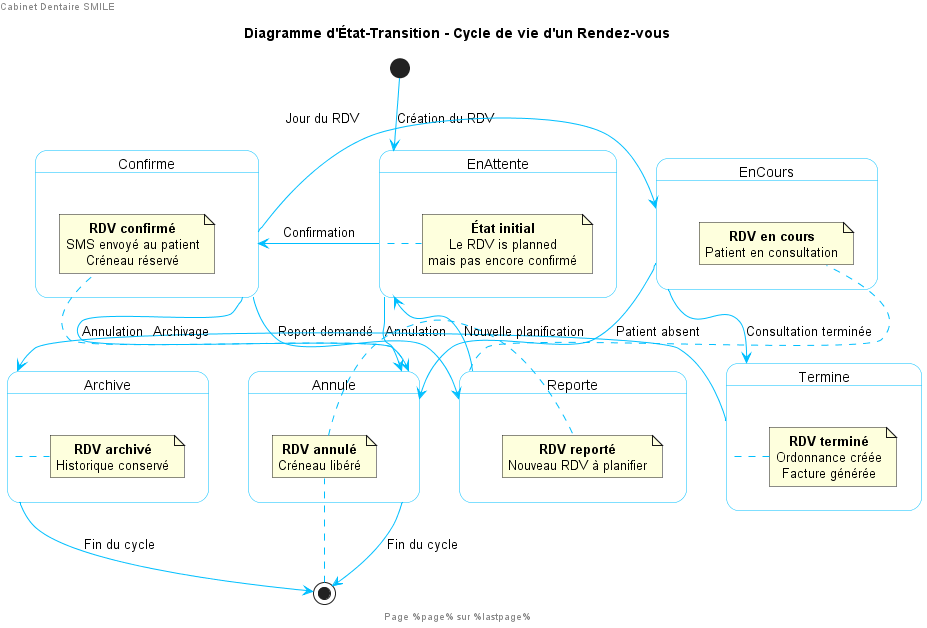
Above: out/docs/diagramme_etat_transition/diagramme_etat_transition.png in marckom500-hue/CABINET-DENTAIRE-SMILE (PlantUML), before the change. Source of this version:
```plantuml
@startuml
left header Cabinet Dentaire SMILE
right header Diagramme d'État-Transition
footer Page %page% sur %lastpage%

title Diagramme d'État-Transition - Cycle de vie d'un Rendez-vous

skinparam state {
  BackgroundColor White
  BorderColor DeepSkyBlue
  ArrowColor DeepSkyBlue
  RoundCorner 10
  StartColor DeepSkyBlue
  EndColor Red
}
skinparam shadowing false
skinparam defaultTextAlignment center


[*] --> EnAttente : Création du RDV

state EnAttente {
  note right
    <b>État initial</b>
    Le RDV is planned
    mais pas encore confirmé
  end note
}

EnAttente --> Confirme : Confirmation
EnAttente --> Annule : Annulation

state Confirme {
  note right
    <b>RDV confirmé</b>
    SMS envoyé au patient
    Créneau réservé
  end note
}

Confirme --> EnCours : Jour du RDV
Confirme --> Annule : Annulation
Confirme --> Reporte : Report demandé

state EnCours {
  note right
    <b>RDV en cours</b>
    Patient en consultation
  end note
}

EnCours --> Termine : Consultation terminée
EnCours --> Annule : Patient absent

state Termine {
  note right
    <b>RDV terminé</b>
    Ordonnance créée
    Facture générée
  end note
}

Termine --> Archive : Archivage

state Archive {
  note right
    <b>RDV archivé</b>
    Historique conservé
  end note
}

Archive --> [*] : Fin du cycle

state Annule {
  note right
    <b>RDV annulé</b>
    Créneau libéré
  end note
}

Annule --> [*] : Fin du cycle

state Reporte {
  note right
    <b>RDV reporté</b>
    Nouveau RDV à planifier
  end note
}

Reporte --> EnAttente : Nouvelle planification

@enduml
```
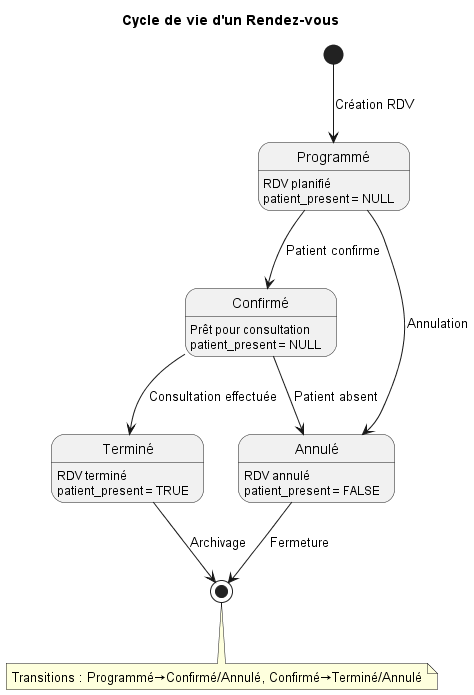
The same diagram one commit later.

The edit, as a diff of the source:
```diff
@@ -1,92 +1,32 @@
 @startuml
-left header Cabinet Dentaire SMILE
-right header Diagramme d'État-Transition
-footer Page %page% sur %lastpage%
+title   Cycle de vie d'un Rendez-vous
 
-title Diagramme d'État-Transition - Cycle de vie d'un Rendez-vous
+[*] --> Programmé : Création RDV
 
-skinparam state {
-  BackgroundColor White
-  BorderColor DeepSkyBlue
-  ArrowColor DeepSkyBlue
-  RoundCorner 10
-  StartColor DeepSkyBlue
-  EndColor Red
-}
-skinparam shadowing false
-skinparam defaultTextAlignment center
+state Programmé : RDV planifié
+state Programmé : patient_present = NULL
 
+Programmé --> Confirmé : Patient confirme
+Programmé --> Annulé : Annulation
 
-[*] --> EnAttente : Création du RDV
+state Confirmé : Prêt pour consultation
+state Confirmé : patient_present = NULL
 
-state EnAttente {
-  note right
-    <b>État initial</b>
-    Le RDV is planned
-    mais pas encore confirmé
-  end note
-}
+Confirmé --> Terminé : Consultation effectuée
+Confirmé --> Annulé : Patient absent
 
-EnAttente --> Confirme : Confirmation
-EnAttente --> Annule : Annulation
+state Terminé : RDV terminé
+state Terminé : patient_present = TRUE
 
-state Confirme {
-  note right
-    <b>RDV confirmé</b>
-    SMS envoyé au patient
-    Créneau réservé
-  end note
-}
+Terminé --> [*] : Archivage
 
-Confirme --> EnCours : Jour du RDV
-Confirme --> Annule : Annulation
-Confirme --> Reporte : Report demandé
+state Annulé : RDV annulé
+state Annulé : patient_present = FALSE
 
-state EnCours {
-  note right
-    <b>RDV en cours</b>
-    Patient en consultation
-  end note
-}
+Annulé --> [*] : Fermeture
 
-EnCours --> Termine : Consultation terminée
-EnCours --> Annule : Patient absent
-
-state Termine {
-  note right
-    <b>RDV terminé</b>
-    Ordonnance créée
-    Facture générée
-  end note
-}
-
-Termine --> Archive : Archivage
-
-state Archive {
-  note right
-    <b>RDV archivé</b>
-    Historique conservé
-  end note
-}
-
-Archive --> [*] : Fin du cycle
-
-state Annule {
-  note right
-    <b>RDV annulé</b>
-    Créneau libéré
-  end note
-}
-
-Annule --> [*] : Fin du cycle
-
-state Reporte {
-  note right
-    <b>RDV reporté</b>
-    Nouveau RDV à planifier
-  end note
-}
-
-Reporte --> EnAttente : Nouvelle planification
+note bottom
+  Transitions : Programmé→Confirmé/Annulé, Confirmé→Terminé/Annulé
+end note
 
 @enduml
```
